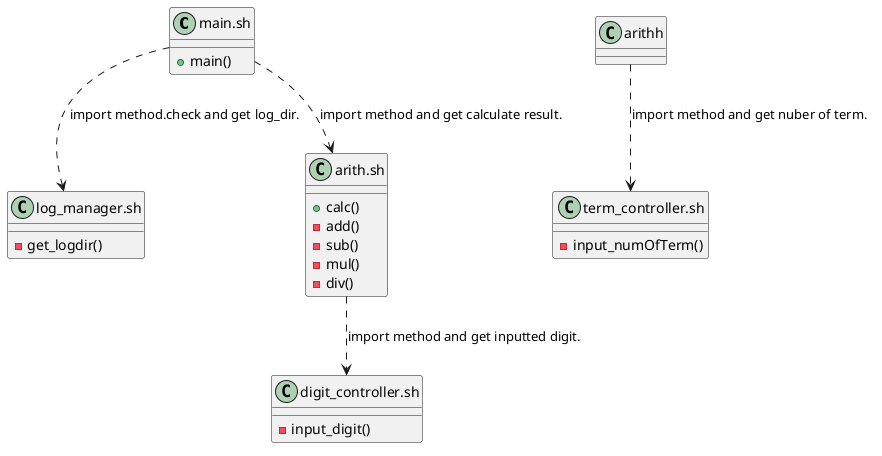
Earlier version of the PlantUML export docs/basic-calc_class.png (Jumacde/shellscript_basiccalc_whileloop).
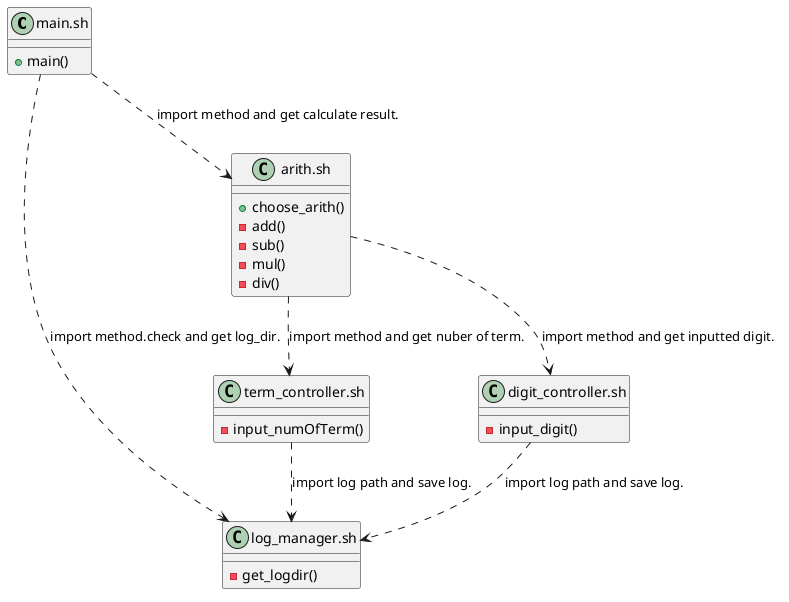
After the change.

Diff of the diagram source:
```diff
@@ -12,7 +12,7 @@
 		- input_digit()
 	}
 	class "arith.sh" as arith {
-		+ calc()
+		+ choose_arith()
 		- add()
 		- sub()
 		- mul()
@@ -20,7 +20,9 @@
 	}
 
 main ..> log: import method.check and get log_dir.
-arithh ..> term: import method and get nuber of term.
+arith ..> term: import method and get nuber of term.
 arith ..> digit: import method and get inputted digit.
 main ..> arith: import method and get calculate result.
+term ..> log: import log path and save log.
+digit ..> log: import log path and save log.
 @enduml
```
